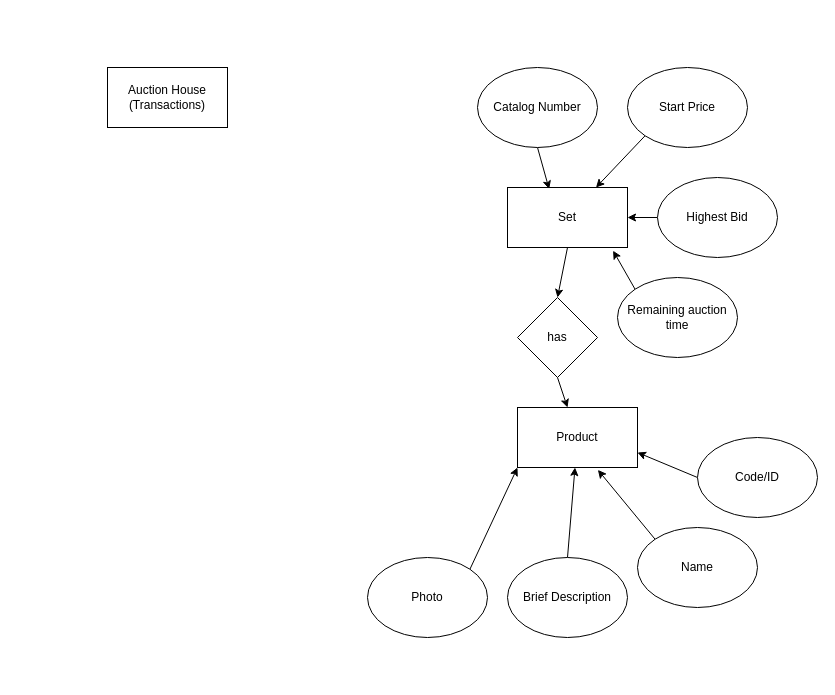
Earlier version of the draw.io diagram page "Page-2" (2 of 3) of auctionhouse.drawio (Arnaldo1990/Database-Development-Day-1). Source tidied: cells renumbered, new cells numbered last; positions are measured from the earlier drawing's top-left corner, leaving out a move shared by most shapes. Both pictures are drawn from the tidied source at 100%, with x=0, y=0 at pixel (107, 67).
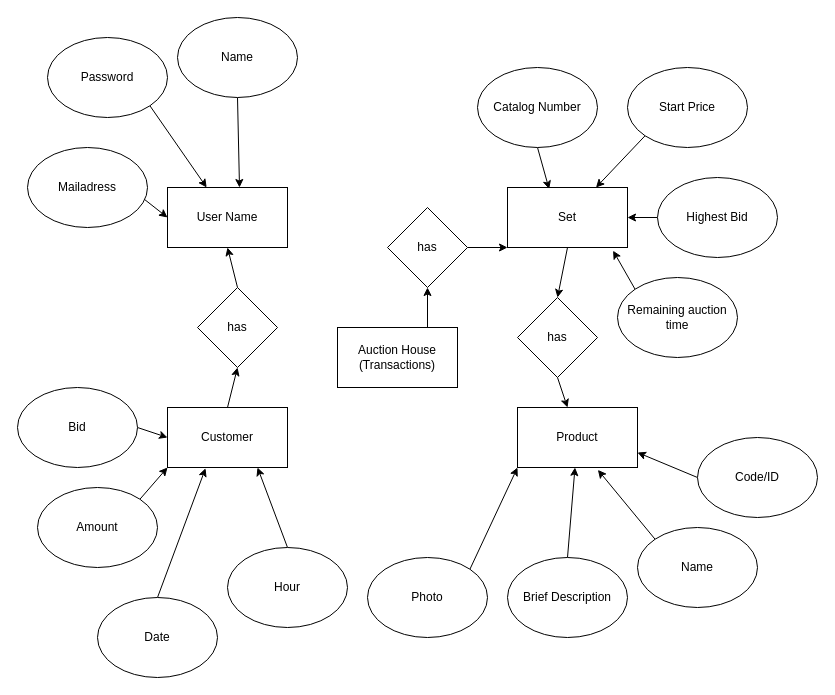
After the change.

The change refers to these unchanged cells:
```xml
<mxCell id="4" value="Set" style="rounded=0;whiteSpace=wrap;html=1;" parent="1" vertex="1">
  <mxGeometry x="400" y="120" width="120" height="60" as="geometry" />
</mxCell>
```

Diff of the diagram source:
```diff
@@
+    <mxCell id="24" style="edgeStyle=none;html=1;exitX=0.75;exitY=0;exitDx=0;exitDy=0;entryX=0.5;entryY=1;entryDx=0;entryDy=0;" parent="1" edge="1" source="2" target="45">
+      <mxGeometry relative="1" as="geometry" />
+    </mxCell>
     <mxCell id="2" value="Auction House (Transactions)" style="rounded=0;whiteSpace=wrap;html=1;" parent="1" vertex="1">
-      <mxGeometry width="120" height="60" as="geometry" />
+      <mxGeometry x="230" y="260" width="120" height="60" as="geometry" />
     </mxCell>
@@
+    <mxCell id="25" style="edgeStyle=none;html=1;exitX=0.5;exitY=0;exitDx=0;exitDy=0;entryX=0.5;entryY=1;entryDx=0;entryDy=0;" parent="1" edge="1" source="26" target="43">
+      <mxGeometry relative="1" as="geometry" />
+    </mxCell>
+    <mxCell id="26" value="Customer" style="rounded=0;whiteSpace=wrap;html=1;" parent="1" vertex="1">
+      <mxGeometry x="60" y="340" width="120" height="60" as="geometry" />
+    </mxCell>
+    <mxCell id="27" style="edgeStyle=none;html=1;exitX=1;exitY=0.5;exitDx=0;exitDy=0;entryX=0;entryY=0.5;entryDx=0;entryDy=0;" parent="1" edge="1" source="28" target="26">
+      <mxGeometry relative="1" as="geometry" />
+    </mxCell>
+    <mxCell id="28" value="Bid" style="ellipse;whiteSpace=wrap;html=1;" parent="1" vertex="1">
+      <mxGeometry x="-90" y="320" width="120" height="80" as="geometry" />
+    </mxCell>
+    <mxCell id="29" style="edgeStyle=none;html=1;exitX=1;exitY=0;exitDx=0;exitDy=0;entryX=0;entryY=1;entryDx=0;entryDy=0;" parent="1" edge="1" source="30" target="26">
+      <mxGeometry relative="1" as="geometry" />
+    </mxCell>
+    <mxCell id="30" value="Amount" style="ellipse;whiteSpace=wrap;html=1;" parent="1" vertex="1">
+      <mxGeometry x="-70" y="420" width="120" height="80" as="geometry" />
+    </mxCell>
+    <mxCell id="31" style="edgeStyle=none;html=1;exitX=0.5;exitY=0;exitDx=0;exitDy=0;entryX=0.317;entryY=1.013;entryDx=0;entryDy=0;entryPerimeter=0;" parent="1" edge="1" source="32" target="26">
+      <mxGeometry relative="1" as="geometry" />
+    </mxCell>
+    <mxCell id="32" value="Date" style="ellipse;whiteSpace=wrap;html=1;" parent="1" vertex="1">
+      <mxGeometry x="-10" y="530" width="120" height="80" as="geometry" />
+    </mxCell>
+    <mxCell id="33" style="edgeStyle=none;html=1;exitX=0.5;exitY=0;exitDx=0;exitDy=0;entryX=0.75;entryY=1;entryDx=0;entryDy=0;" parent="1" edge="1" source="34" target="26">
+      <mxGeometry relative="1" as="geometry" />
+    </mxCell>
+    <mxCell id="34" value="Hour" style="ellipse;whiteSpace=wrap;html=1;" parent="1" vertex="1">
+      <mxGeometry x="120" y="480" width="120" height="80" as="geometry" />
+    </mxCell>
+    <mxCell id="35" value="User Name" style="rounded=0;whiteSpace=wrap;html=1;" parent="1" vertex="1">
+      <mxGeometry x="60" y="120" width="120" height="60" as="geometry" />
+    </mxCell>
+    <mxCell id="36" style="edgeStyle=none;html=1;exitX=1;exitY=1;exitDx=0;exitDy=0;" parent="1" edge="1" source="37" target="35">
+      <mxGeometry relative="1" as="geometry" />
+    </mxCell>
+    <mxCell id="37" value="Password" style="ellipse;whiteSpace=wrap;html=1;" parent="1" vertex="1">
+      <mxGeometry x="-60" y="-30" width="120" height="80" as="geometry" />
+    </mxCell>
+    <mxCell id="38" style="edgeStyle=none;html=1;exitX=1;exitY=1;exitDx=0;exitDy=0;entryX=0;entryY=0.5;entryDx=0;entryDy=0;" parent="1" edge="1" target="35">
+      <mxGeometry relative="1" as="geometry">
+        <mxPoint x="32.4" y="128.3" as="sourcePoint" />
+      </mxGeometry>
+    </mxCell>
+    <mxCell id="39" value="Mailadress" style="ellipse;whiteSpace=wrap;html=1;" parent="1" vertex="1">
+      <mxGeometry x="-80" y="80" width="120" height="80" as="geometry" />
+    </mxCell>
+    <mxCell id="40" style="edgeStyle=none;html=1;exitX=0.5;exitY=1;exitDx=0;exitDy=0;entryX=0.6;entryY=0;entryDx=0;entryDy=0;entryPerimeter=0;" parent="1" edge="1" source="41" target="35">
+      <mxGeometry relative="1" as="geometry" />
+    </mxCell>
+    <mxCell id="41" value="Name" style="ellipse;whiteSpace=wrap;html=1;" parent="1" vertex="1">
+      <mxGeometry x="70" y="-50" width="120" height="80" as="geometry" />
+    </mxCell>
+    <mxCell id="42" style="edgeStyle=none;html=1;exitX=0.5;exitY=0;exitDx=0;exitDy=0;entryX=0.5;entryY=1;entryDx=0;entryDy=0;" parent="1" edge="1" source="43" target="35">
+      <mxGeometry relative="1" as="geometry" />
+    </mxCell>
+    <mxCell id="43" value="has" style="rhombus;whiteSpace=wrap;html=1;" parent="1" vertex="1">
+      <mxGeometry x="90" y="220" width="80" height="80" as="geometry" />
+    </mxCell>
+    <mxCell id="44" style="edgeStyle=none;html=1;exitX=1;exitY=0.5;exitDx=0;exitDy=0;entryX=0;entryY=1;entryDx=0;entryDy=0;" parent="1" edge="1" source="45" target="4">
+      <mxGeometry relative="1" as="geometry" />
+    </mxCell>
+    <mxCell id="45" value="has" style="rhombus;whiteSpace=wrap;html=1;" parent="1" vertex="1">
+      <mxGeometry x="280" y="140" width="80" height="80" as="geometry" />
+    </mxCell>
```
